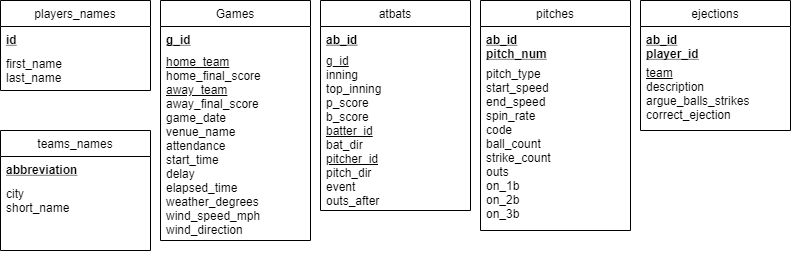
This is Design/Relational Schema/MLB_Schema_Table_Specification.png from Matt1504/ECE356-Project, a draw.io export, as it was before one commit. Source tidied: cells renumbered, new cells last; positions are measured from the earlier drawing's top-left corner, leaving out a move shared by most shapes.
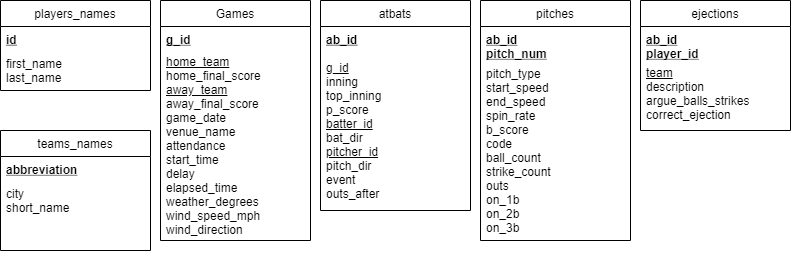
After the change.

Change to the diagram source:
```diff
@@ -17,9 +17,9 @@
     <mxCell id="6" value="ab_id" style="text;align=left;verticalAlign=top;spacingLeft=4;spacingRight=4;overflow=hidden;fontStyle=5;" parent="5" vertex="1">
       <mxGeometry y="26" width="150" height="24" as="geometry" />
     </mxCell>
-    <mxCell id="7" value="&lt;span&gt;&lt;u&gt;g_id&lt;/u&gt;&lt;/span&gt;&lt;br style=&quot;padding: 0px ; margin: 0px&quot;&gt;&lt;span&gt;inning&lt;/span&gt;&lt;br style=&quot;padding: 0px ; margin: 0px&quot;&gt;&lt;span&gt;top_inning&lt;/span&gt;&lt;br style=&quot;padding: 0px ; margin: 0px&quot;&gt;&lt;span&gt;p_score&lt;/span&gt;&lt;br style=&quot;padding: 0px ; margin: 0px&quot;&gt;&lt;span&gt;b_score&lt;/span&gt;&lt;br style=&quot;padding: 0px ; margin: 0px&quot;&gt;&lt;span&gt;&lt;u&gt;batter_id&lt;/u&gt;&lt;/span&gt;&lt;br style=&quot;padding: 0px ; margin: 0px&quot;&gt;&lt;span&gt;bat_dir&lt;/span&gt;&lt;br style=&quot;padding: 0px ; margin: 0px&quot;&gt;&lt;span&gt;&lt;u&gt;pitcher_id&lt;/u&gt;&lt;/span&gt;&lt;br style=&quot;padding: 0px ; margin: 0px&quot;&gt;&lt;span&gt;pitch_dir&lt;/span&gt;&lt;br style=&quot;padding: 0px ; margin: 0px&quot;&gt;&lt;span&gt;event&lt;/span&gt;&lt;br style=&quot;padding: 0px ; margin: 0px&quot;&gt;&lt;span&gt;outs_after&lt;/span&gt;" style="text;html=1;fillColor=none;align=left;verticalAlign=middle;whiteSpace=wrap;rounded=0;spacingLeft=4;spacingRight=4;" parent="5" vertex="1">
-      <mxGeometry y="50" width="150" height="160" as="geometry" />
-    </mxCell>
+    <mxCell id="20" value="&lt;span&gt;&lt;u&gt;g_id&lt;/u&gt;&lt;/span&gt;&lt;br style=&quot;padding: 0px ; margin: 0px&quot;&gt;&lt;span&gt;inning&lt;/span&gt;&lt;br style=&quot;padding: 0px ; margin: 0px&quot;&gt;&lt;span&gt;top_inning&lt;/span&gt;&lt;br style=&quot;padding: 0px ; margin: 0px&quot;&gt;&lt;span&gt;p_score&lt;/span&gt;&lt;br style=&quot;padding: 0px ; margin: 0px&quot;&gt;&lt;span&gt;&lt;u&gt;batter_id&lt;/u&gt;&lt;/span&gt;&lt;br style=&quot;padding: 0px ; margin: 0px&quot;&gt;&lt;span&gt;bat_dir&lt;/span&gt;&lt;br style=&quot;padding: 0px ; margin: 0px&quot;&gt;&lt;span&gt;&lt;u&gt;pitcher_id&lt;/u&gt;&lt;/span&gt;&lt;br style=&quot;padding: 0px ; margin: 0px&quot;&gt;&lt;span&gt;pitch_dir&lt;/span&gt;&lt;br style=&quot;padding: 0px ; margin: 0px&quot;&gt;&lt;span&gt;event&lt;/span&gt;&lt;br style=&quot;padding: 0px ; margin: 0px&quot;&gt;&lt;span&gt;outs_after&lt;/span&gt;" style="text;html=1;fillColor=none;align=left;verticalAlign=middle;whiteSpace=wrap;rounded=0;spacingLeft=4;spacingRight=4;" parent="5" vertex="1">
+      <mxGeometry y="50" width="150" height="160" as="geometry" />
+    </mxCell>
     <mxCell id="8" value="ejections" style="swimlane;fontStyle=0;align=center;verticalAlign=top;horizontal=1;startSize=26;rounded=0;shadow=0;strokeWidth=1;" parent="1" vertex="1">
       <mxGeometry x="640" width="150" height="130" as="geometry" />
     </mxCell>
@@ -39,14 +39,14 @@
       <mxGeometry y="50" width="150" height="40" as="geometry" />
     </mxCell>
     <mxCell id="14" value="pitches" style="swimlane;fontStyle=0;align=center;verticalAlign=top;horizontal=1;startSize=26;rounded=0;shadow=0;strokeWidth=1;perimeterSpacing=0;" parent="1" vertex="1">
-      <mxGeometry x="480" width="150" height="230" as="geometry" />
+      <mxGeometry x="480" width="150" height="240" as="geometry" />
     </mxCell>
     <mxCell id="15" value="ab_id&#10;pitch_num" style="text;align=left;verticalAlign=top;spacingLeft=4;spacingRight=4;overflow=hidden;fontStyle=5;" parent="14" vertex="1">
       <mxGeometry y="26" width="150" height="34" as="geometry" />
     </mxCell>
-    <mxCell id="16" value="pitch_type&#10;start_speed&#10;end_speed&#10;spin_rate&#10;code&#10;ball_count&#10;strike_count&#10;outs&#10;on_1b&#10;on_2b&#10;on_3b" style="text;align=left;verticalAlign=top;spacingLeft=4;spacingRight=4;overflow=hidden;fontStyle=0;" parent="14" vertex="1">
-      <mxGeometry y="60" width="150" height="170" as="geometry" />
-    </mxCell>
+    <mxCell id="21" value="pitch_type&#10;start_speed&#10;end_speed&#10;spin_rate&#10;b_score&#10;code&#10;ball_count&#10;strike_count&#10;outs&#10;on_1b&#10;on_2b&#10;on_3b" style="text;align=left;verticalAlign=top;spacingLeft=4;spacingRight=4;overflow=hidden;fontStyle=0;" parent="14" vertex="1">
+      <mxGeometry y="60" width="150" height="180" as="geometry" />
+    </mxCell>
     <mxCell id="17" value="teams_names" style="swimlane;fontStyle=0;align=center;verticalAlign=top;horizontal=1;startSize=26;rounded=0;shadow=0;strokeWidth=1;" parent="1" vertex="1">
       <mxGeometry y="130" width="150" height="120" as="geometry" />
     </mxCell>
```
